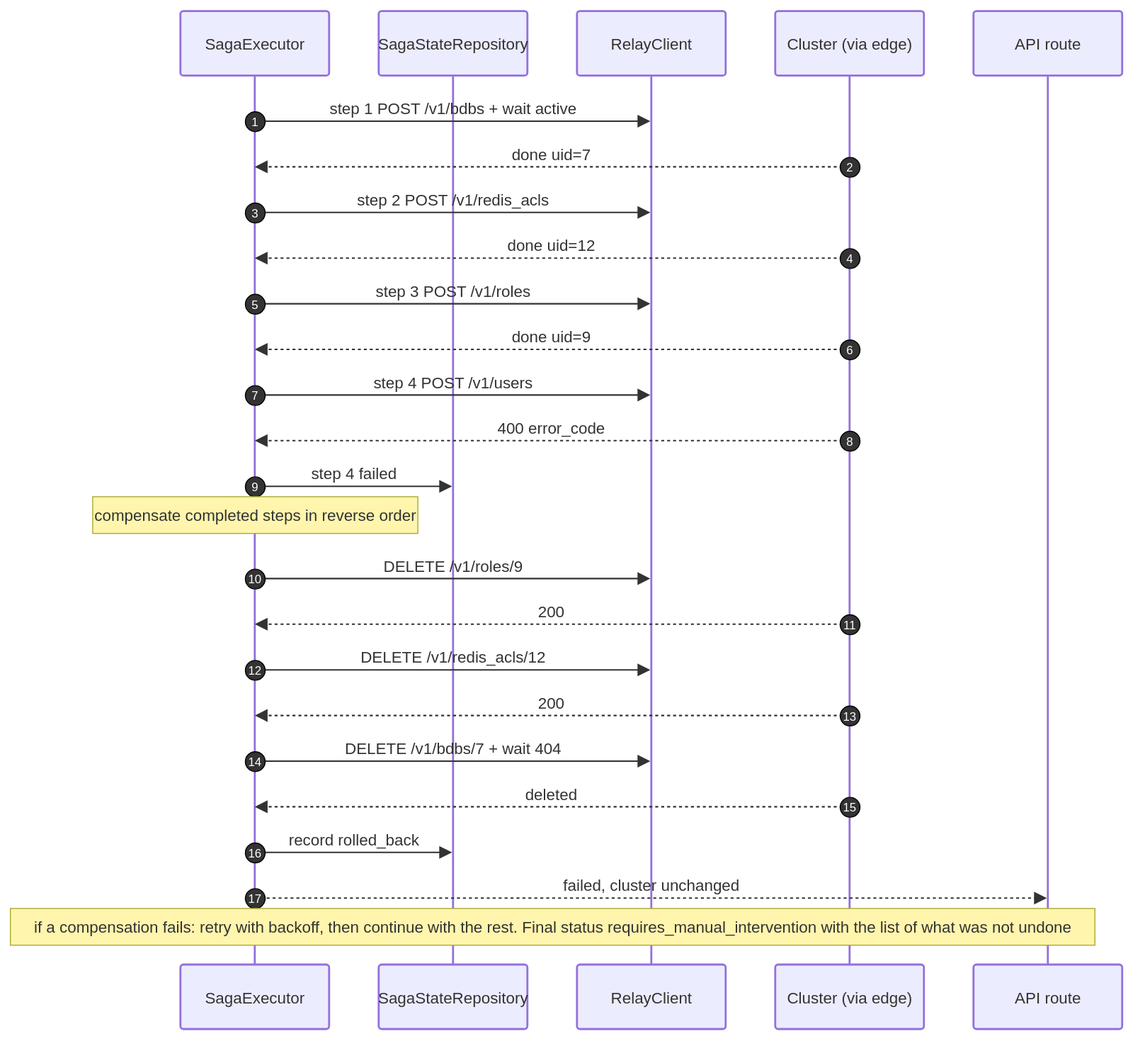
Above: docs/dr/diagrams/06-seq-create-rollback.drawio.svg in EliShteinman/redis-enterprise-services (draw.io), before the change. Source tidied: cells renumbered, new cells last; positions are measured from the earlier drawing's top-left corner, leaving out a move shared by most shapes.
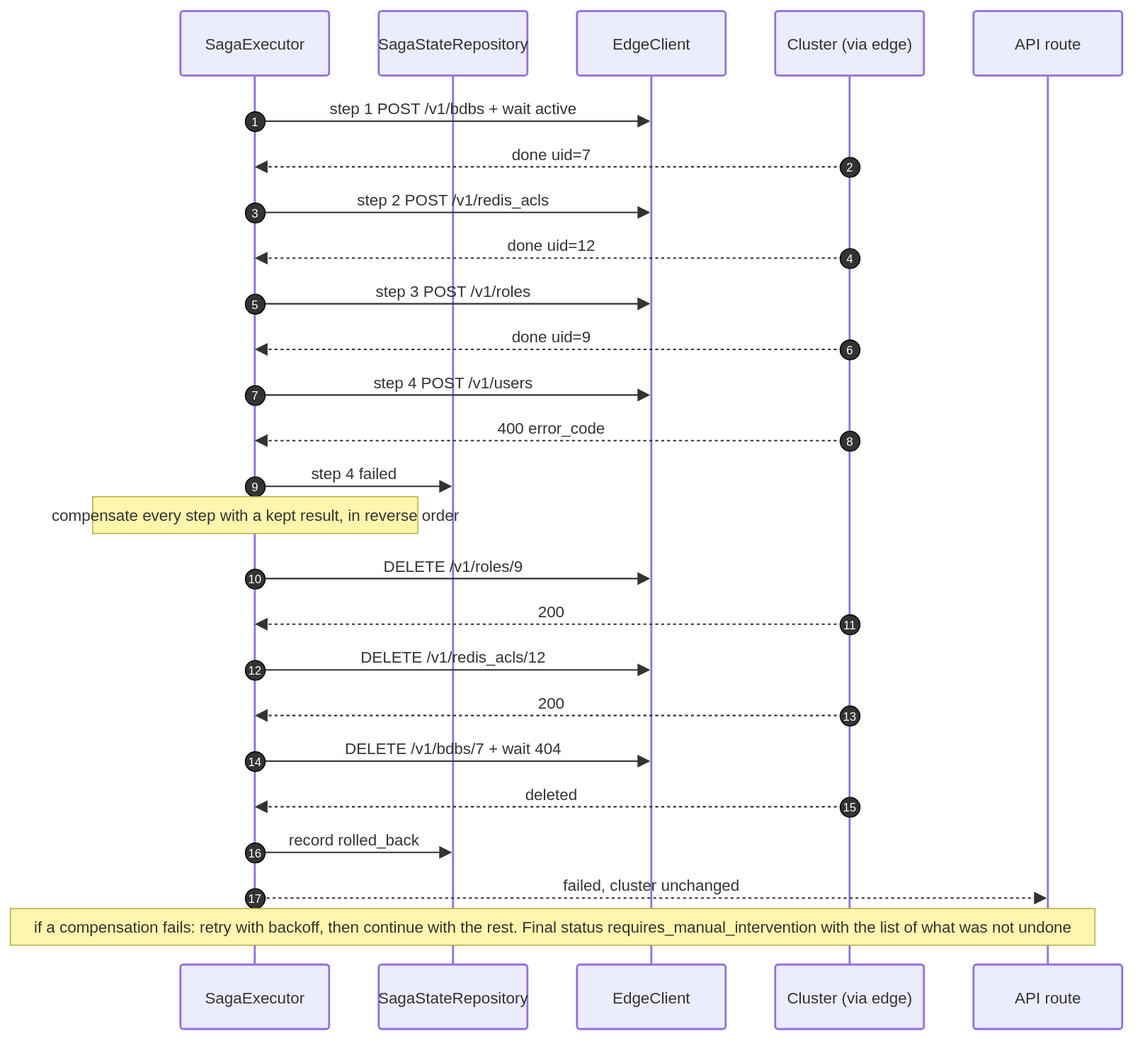
Above is the later version.

The edit, as a diff of the source:
```diff
@@ -8,7 +8,7 @@
     <mxCell id="3" value="SagaStateRepository" style="html=1;shape=umlLifeline;perimeter=lifelinePerimeter;whiteSpace=wrap;outlineConnect=0;portConstraint=eastwest;newEdgeStyle={&quot;edgeStyle&quot;:&quot;sequenceEdgeStyle&quot;,&quot;libavoidRouting&quot;:0,&quot;curved&quot;:0,&quot;rounded&quot;:0};lifelineDashed=0;strokeWidth=2;rounded=1;absoluteArcSize=1;arcSize=6;lifelineColor=light-dark(#9370DB,#cccccc);size=65;lifelineMirror=1;fillColor=light-dark(#ECECFF,#1f2020);strokeColor=light-dark(#9370DB,#cccccc);fontColor=light-dark(#333333,#cccccc);fontFamily=Trebuchet MS,Verdana,Arial,sans-serif;fontSize=16;" parent="1" vertex="1">
       <mxGeometry x="372" width="150" height="1026" as="geometry" />
     </mxCell>
-    <mxCell id="4" value="RelayClient" style="html=1;shape=umlLifeline;perimeter=lifelinePerimeter;whiteSpace=wrap;outlineConnect=0;portConstraint=eastwest;newEdgeStyle={&quot;edgeStyle&quot;:&quot;sequenceEdgeStyle&quot;,&quot;libavoidRouting&quot;:0,&quot;curved&quot;:0,&quot;rounded&quot;:0};lifelineDashed=0;strokeWidth=2;rounded=1;absoluteArcSize=1;arcSize=6;lifelineColor=light-dark(#9370DB,#cccccc);size=65;lifelineMirror=1;fillColor=light-dark(#ECECFF,#1f2020);strokeColor=light-dark(#9370DB,#cccccc);fontColor=light-dark(#333333,#cccccc);fontFamily=Trebuchet MS,Verdana,Arial,sans-serif;fontSize=16;" parent="1" vertex="1">
+    <mxCell id="4" value="EdgeClient" style="html=1;shape=umlLifeline;perimeter=lifelinePerimeter;whiteSpace=wrap;outlineConnect=0;portConstraint=eastwest;newEdgeStyle={&quot;edgeStyle&quot;:&quot;sequenceEdgeStyle&quot;,&quot;libavoidRouting&quot;:0,&quot;curved&quot;:0,&quot;rounded&quot;:0};lifelineDashed=0;strokeWidth=2;rounded=1;absoluteArcSize=1;arcSize=6;lifelineColor=light-dark(#9370DB,#cccccc);size=65;lifelineMirror=1;fillColor=light-dark(#ECECFF,#1f2020);strokeColor=light-dark(#9370DB,#cccccc);fontColor=light-dark(#333333,#cccccc);fontFamily=Trebuchet MS,Verdana,Arial,sans-serif;fontSize=16;" parent="1" vertex="1">
       <mxGeometry x="572" width="150" height="1026" as="geometry" />
     </mxCell>
     <mxCell id="5" value="Cluster (via edge)" style="html=1;shape=umlLifeline;perimeter=lifelinePerimeter;whiteSpace=wrap;outlineConnect=0;portConstraint=eastwest;newEdgeStyle={&quot;edgeStyle&quot;:&quot;sequenceEdgeStyle&quot;,&quot;libavoidRouting&quot;:0,&quot;curved&quot;:0,&quot;rounded&quot;:0};lifelineDashed=0;strokeWidth=2;rounded=1;absoluteArcSize=1;arcSize=6;lifelineColor=light-dark(#9370DB,#cccccc);size=65;lifelineMirror=1;fillColor=light-dark(#ECECFF,#1f2020);strokeColor=light-dark(#9370DB,#cccccc);fontColor=light-dark(#333333,#cccccc);fontFamily=Trebuchet MS,Verdana,Arial,sans-serif;fontSize=16;" parent="1" vertex="1">
@@ -187,7 +187,7 @@
     <mxCell id="40" value="17" style="ellipse;fillColor=light-dark(#333333,#cccccc);align=center;verticalAlign=middle;fontColor=light-dark(#FFFFFF,#333333);fontSize=12;" parent="1" vertex="1">
       <mxGeometry x="237" y="884" width="20" height="20" as="geometry" />
     </mxCell>
-    <mxCell id="41" value="compensate completed steps in reverse order" style="html=1;fillColor=light-dark(#fff5ad,#2a2a2a);strokeColor=light-dark(#aaaa33,#cccccc);fontColor=light-dark(#333333,#cccccc);fontFamily=Trebuchet MS,Verdana,Arial,sans-serif;fontSize=16;" parent="1" vertex="1">
+    <mxCell id="41" value="compensate every step with a kept result, in reverse order" style="html=1;fillColor=light-dark(#fff5ad,#2a2a2a);strokeColor=light-dark(#aaaa33,#cccccc);fontColor=light-dark(#333333,#cccccc);fontFamily=Trebuchet MS,Verdana,Arial,sans-serif;fontSize=16;" parent="1" vertex="1">
       <mxGeometry x="83" y="489" width="328" height="37" as="geometry" />
     </mxCell>
     <mxCell id="42" value="if a compensation fails: retry with backoff, then continue with the rest. Final status requires_manual_intervention with the list of what was not undone" style="html=1;fillColor=light-dark(#fff5ad,#2a2a2a);strokeColor=light-dark(#aaaa33,#cccccc);fontColor=light-dark(#333333,#cccccc);fontFamily=Trebuchet MS,Verdana,Arial,sans-serif;fontSize=16;" parent="1" vertex="1">
```
